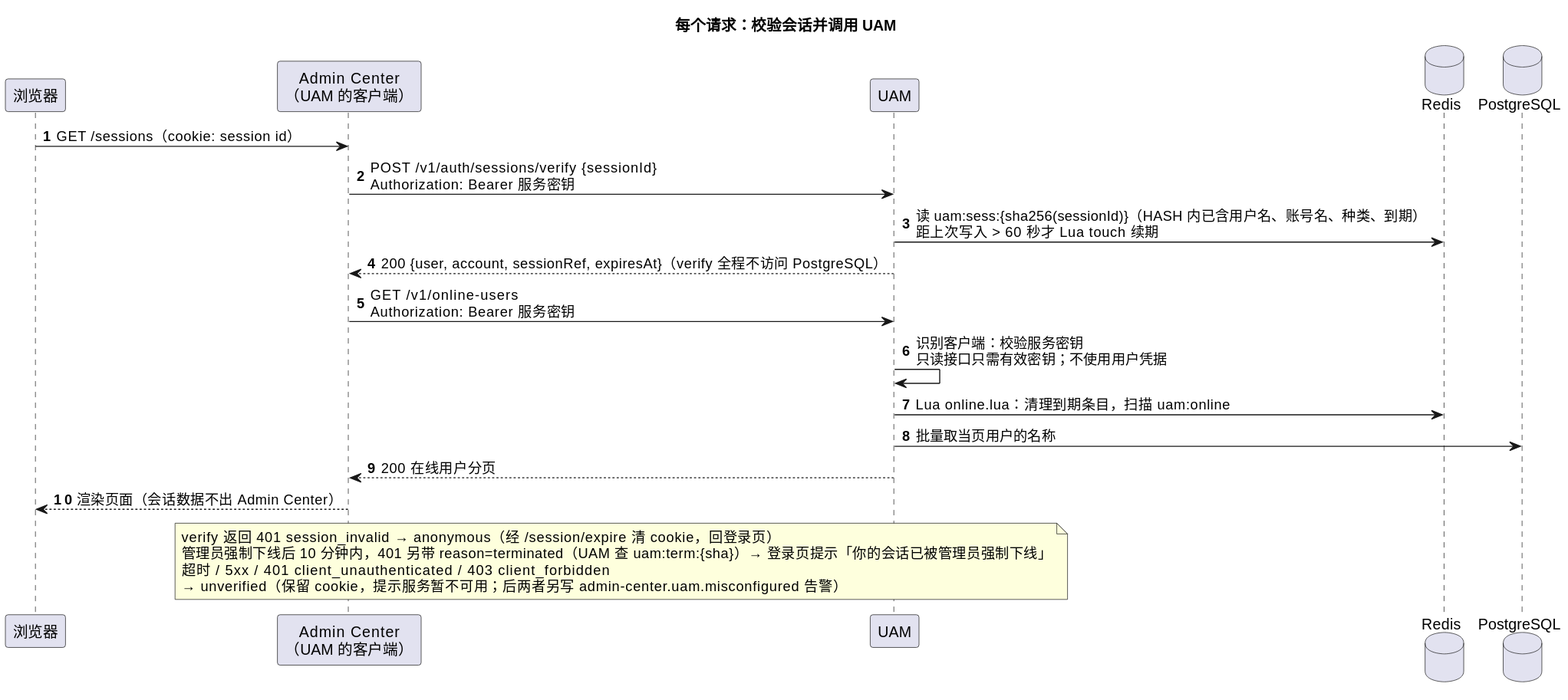
Earlier version of the PlantUML export docs/system-design/system/diagrams/seq-verify-and-call.svg (xiayy860612/tech-toolkit).
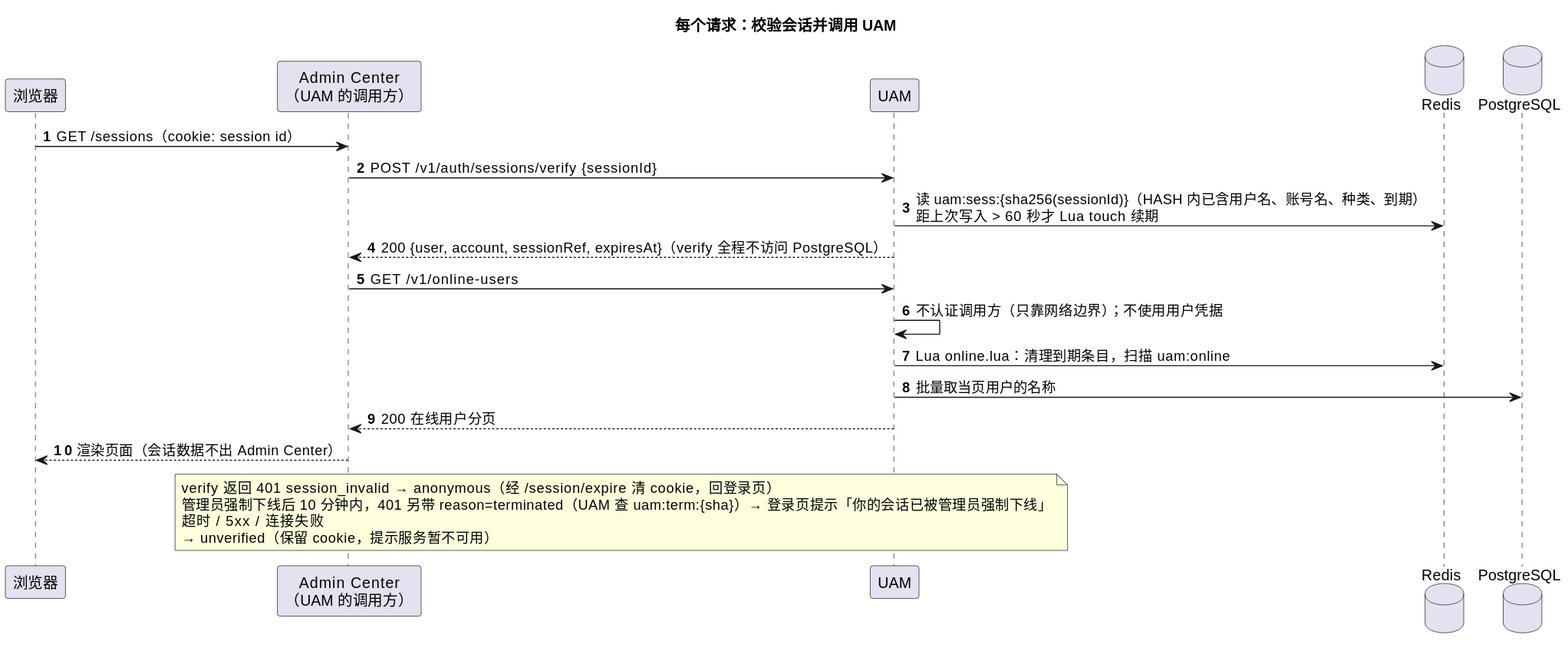
After the commit.

The edit, as a diff of the source:
```diff
@@ -3,17 +3,17 @@
 autonumber
 
 participant "浏览器" as B
-participant "Admin Center\n（UAM 的客户端）" as AC
+participant "Admin Center\n（UAM 的调用方）" as AC
 participant "UAM" as U
 database "Redis" as R
 database "PostgreSQL" as P
 
 B -> AC : GET /sessions（cookie: session id）
-AC -> U : POST /v1/auth/sessions/verify {sessionId}\nAuthorization: Bearer 服务密钥
+AC -> U : POST /v1/auth/sessions/verify {sessionId}
 U -> R : 读 uam:sess:{sha256(sessionId)}（HASH 内已含用户名、账号名、种类、到期）\n距上次写入 > 60 秒才 Lua touch 续期
 U --> AC : 200 {user, account, sessionRef, expiresAt}（verify 全程不访问 PostgreSQL）
-AC -> U : GET /v1/online-users\nAuthorization: Bearer 服务密钥
-U -> U : 识别客户端：校验服务密钥\n只读接口只需有效密钥；不使用用户凭据
+AC -> U : GET /v1/online-users
+U -> U : 不认证调用方（只靠网络边界）；不使用用户凭据
 U -> R : Lua online.lua：清理到期条目，扫描 uam:online
 U -> P : 批量取当页用户的名称
 U --> AC : 200 在线用户分页
@@ -22,7 +22,7 @@
 note over AC, U
   verify 返回 401 session_invalid → anonymous（经 /session/expire 清 cookie，回登录页）
   管理员强制下线后 10 分钟内，401 另带 reason=terminated（UAM 查 uam:term:{sha}）→ 登录页提示「你的会话已被管理员强制下线」
-  超时 / 5xx / 401 client_unauthenticated / 403 client_forbidden
-  → unverified（保留 cookie，提示服务暂不可用；后两者另写 admin-center.uam.misconfigured 告警）
+  超时 / 5xx / 连接失败
+  → unverified（保留 cookie，提示服务暂不可用）
 end note
 @enduml
```
